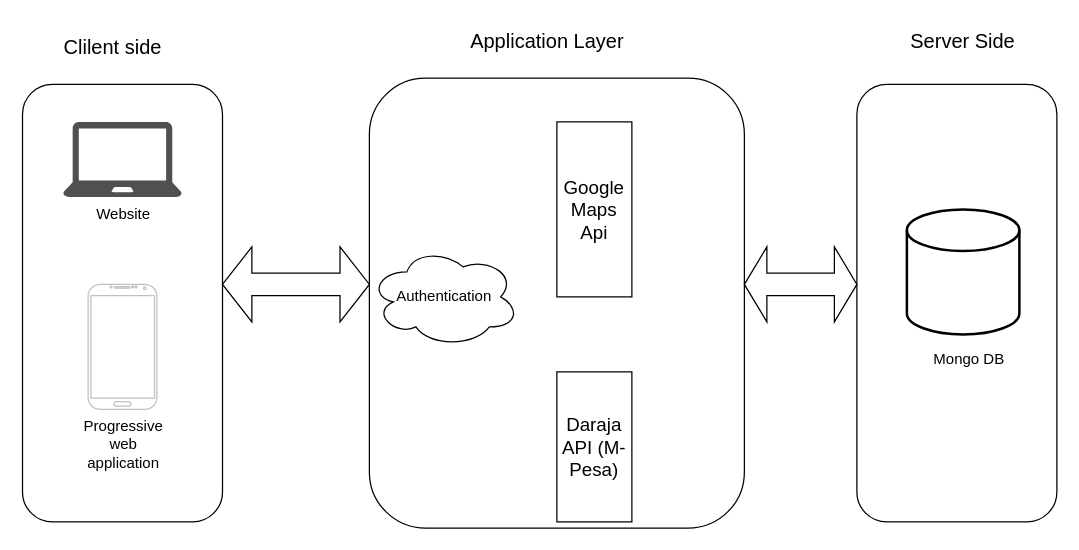
Before: Documentation/Web architecture diagram.drawio in annKimani-ICS/IoT-Parking-Mgmnt, a draw.io diagram. Source tidied: cells renumbered, new cells numbered last; positions are measured from the earlier drawing's top-left corner, leaving out a move shared by most shapes. Both pictures are drawn from the tidied source at 125%, with x=0, y=0 at pixel (21, 21).
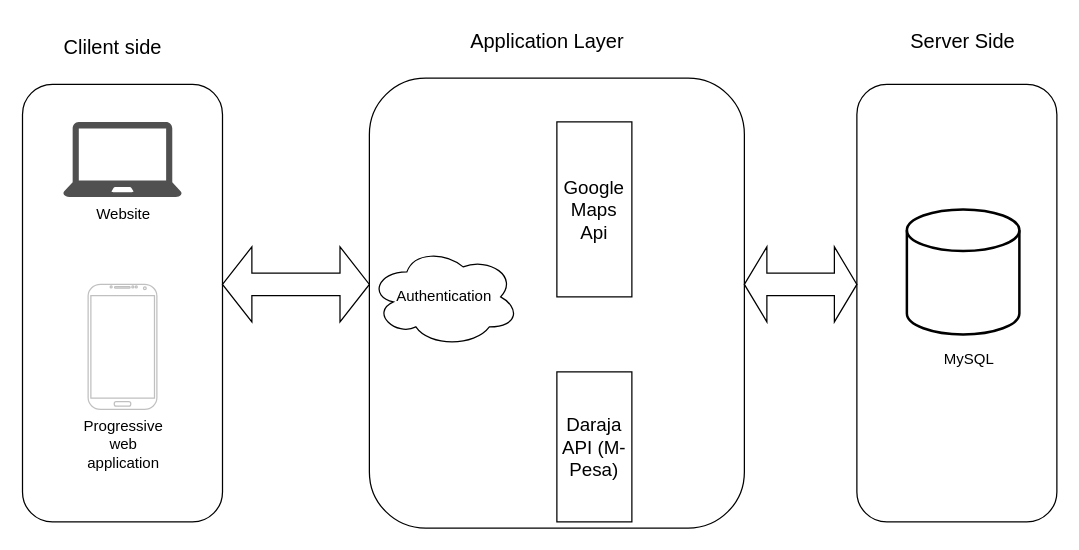
The same page after the edit.

The edit, as a diff of the source:
```diff
@@
 <mxGraphModel>
   <root>
     <mxCell id="0" />
     <mxCell id="1" parent="0" />
     <mxCell id="2" value="&lt;div&gt;&lt;br&gt;&lt;/div&gt;&lt;div&gt;&lt;br&gt;&lt;/div&gt;&lt;div&gt;&lt;br&gt;&lt;/div&gt;&lt;div&gt;&lt;br&gt;&lt;/div&gt;&lt;div&gt;&lt;br&gt;&lt;/div&gt;&lt;div&gt;&lt;br&gt;&lt;/div&gt;&lt;div&gt;&lt;br&gt;&lt;/div&gt;&lt;div&gt;&lt;br&gt;&lt;/div&gt;&lt;div&gt;&lt;br&gt;&lt;/div&gt;&lt;div&gt;&lt;br&gt;&lt;/div&gt;&lt;div&gt;&lt;br&gt;&lt;/div&gt;&lt;div&gt;&lt;br&gt;&lt;/div&gt;&lt;div&gt;&lt;br&gt;&lt;/div&gt;&lt;div&gt;&lt;br&gt;&lt;/div&gt;&lt;div&gt;&lt;br&gt;&lt;/div&gt;&lt;div&gt;&lt;br&gt;&lt;/div&gt;&lt;div&gt;&lt;br&gt;&lt;/div&gt;&lt;div&gt;&lt;br&gt;&lt;/div&gt;&lt;div&gt;&lt;br&gt;&lt;/div&gt;&lt;div&gt;&lt;br&gt;&lt;/div&gt;" style="rounded=1;whiteSpace=wrap;html=1;direction=south;" parent="1" vertex="1">
       <mxGeometry x="0.5" y="50" width="160" height="350" as="geometry" />
     </mxCell>
     <mxCell id="3" value="&lt;font style=&quot;font-size: 16px;&quot;&gt;Clilent side&lt;/font&gt;" style="text;html=1;align=center;verticalAlign=middle;whiteSpace=wrap;rounded=0;" parent="1" vertex="1">
       <mxGeometry x="28" y="10" width="90" height="20" as="geometry" />
     </mxCell>
     <mxCell id="4" value="Website&lt;div&gt;&lt;br&gt;&lt;/div&gt;" style="sketch=0;shadow=0;dashed=0;html=1;strokeColor=none;fillColor=#505050;labelPosition=center;verticalLabelPosition=bottom;verticalAlign=top;align=center;shape=mxgraph.office.devices.laptop;" parent="1" vertex="1">
       <mxGeometry x="33" y="80" width="95" height="60" as="geometry" />
     </mxCell>
     <mxCell id="5" value="&lt;span style=&quot;text-wrap: wrap;&quot;&gt;Progressive web application&lt;/span&gt;" style="verticalLabelPosition=bottom;verticalAlign=top;html=1;shadow=0;dashed=0;strokeWidth=1;shape=mxgraph.android.phone2;strokeColor=#c0c0c0;" parent="1" vertex="1">
       <mxGeometry x="53" y="210" width="55" height="100" as="geometry" />
     </mxCell>
     <mxCell id="6" style="rounded=1;whiteSpace=wrap;html=1;direction=south;" parent="1" vertex="1">
       <mxGeometry x="278" y="45" width="300" height="360" as="geometry" />
     </mxCell>
     <mxCell id="7" value="&lt;font style=&quot;font-size: 16px;&quot;&gt;Application Layer&lt;/font&gt;" style="text;html=1;align=center;verticalAlign=middle;whiteSpace=wrap;rounded=0;" parent="1" vertex="1">
       <mxGeometry x="338" width="165" height="30" as="geometry" />
     </mxCell>
     <mxCell id="8" value="Authentication" style="ellipse;shape=cloud;whiteSpace=wrap;html=1;" parent="1" vertex="1">
       <mxGeometry x="278" y="180" width="120" height="80" as="geometry" />
     </mxCell>
     <mxCell id="9" value="&lt;font style=&quot;font-size: 15px;&quot;&gt;Google Maps Api&lt;/font&gt;" style="rounded=0;whiteSpace=wrap;html=1;direction=north;" parent="1" vertex="1">
       <mxGeometry x="428" y="80" width="60" height="140" as="geometry" />
     </mxCell>
     <mxCell id="10" style="shape=doubleArrow;whiteSpace=wrap;html=1;" parent="1" vertex="1">
       <mxGeometry x="160.5" y="180" width="117.5" height="60" as="geometry" />
     </mxCell>
     <mxCell id="11" value="&lt;font style=&quot;font-size: 15px;&quot;&gt;Daraja API (M-Pesa)&lt;/font&gt;" style="rounded=0;whiteSpace=wrap;html=1;direction=south;" parent="1" vertex="1">
       <mxGeometry x="428" y="280" width="60" height="120" as="geometry" />
     </mxCell>
     <mxCell id="12" style="rounded=1;whiteSpace=wrap;html=1;direction=south;" parent="1" vertex="1">
       <mxGeometry x="668" y="50" width="160" height="350" as="geometry" />
     </mxCell>
     <mxCell id="13" value="&lt;font style=&quot;font-size: 16px;&quot;&gt;Server Side&lt;/font&gt;" style="text;html=1;align=center;verticalAlign=middle;whiteSpace=wrap;rounded=0;" parent="1" vertex="1">
       <mxGeometry x="698" width="110" height="30" as="geometry" />
     </mxCell>
     <mxCell id="14" style="strokeWidth=2;html=1;shape=mxgraph.flowchart.database;whiteSpace=wrap;" parent="1" vertex="1">
       <mxGeometry x="708" y="150" width="90" height="100" as="geometry" />
     </mxCell>
-    <mxCell id="15" value="Mongo DB" style="text;html=1;align=center;verticalAlign=middle;whiteSpace=wrap;rounded=0;" parent="1" vertex="1">
+    <mxCell id="15" value="MySQL" style="text;html=1;align=center;verticalAlign=middle;whiteSpace=wrap;rounded=0;" parent="1" vertex="1">
       <mxGeometry x="728" y="255" width="60" height="30" as="geometry" />
     </mxCell>
     <mxCell id="16" style="shape=doubleArrow;whiteSpace=wrap;html=1;" parent="1" vertex="1">
       <mxGeometry x="578" y="180" width="90" height="60" as="geometry" />
     </mxCell>
   </root>
 </mxGraphModel>
```
